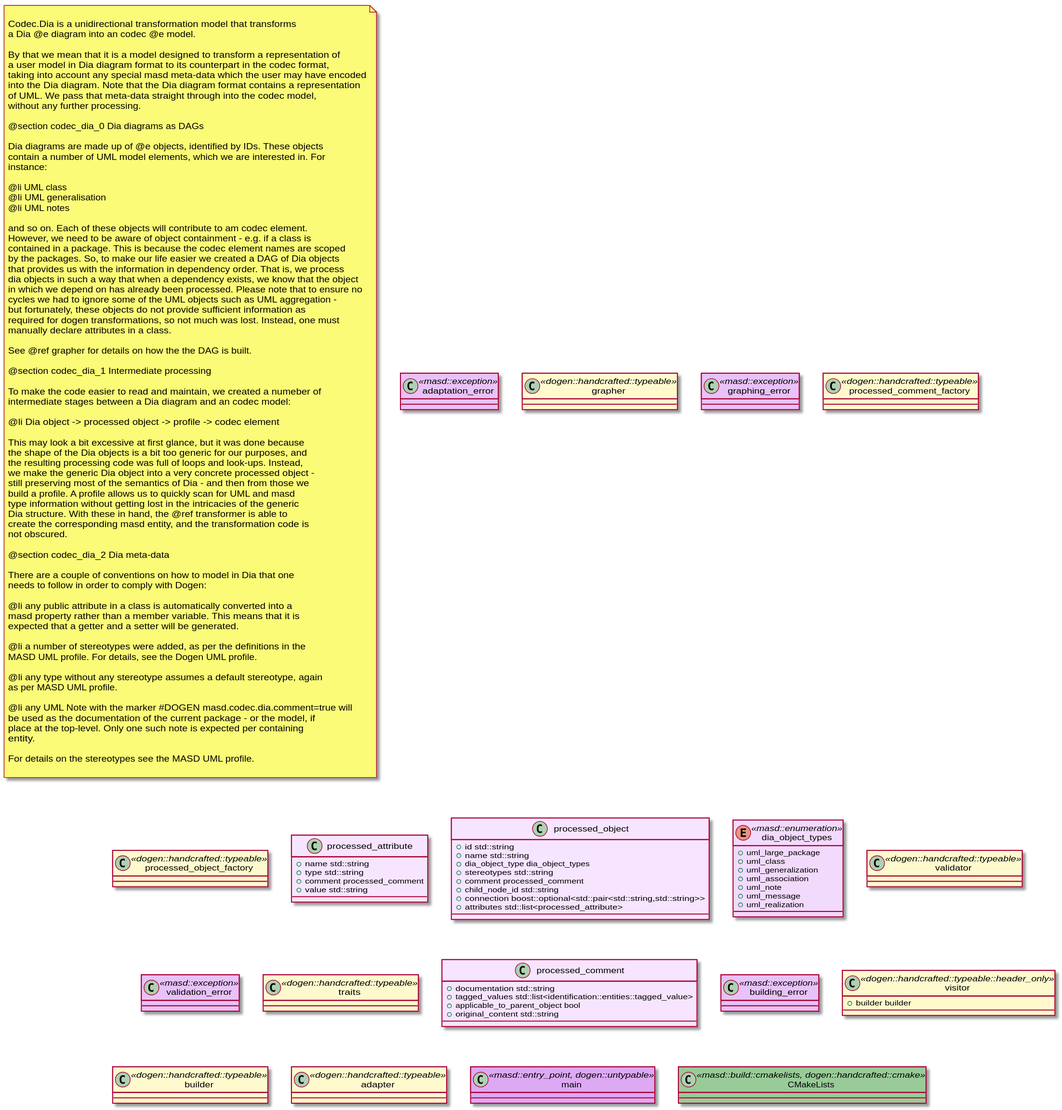
Earlier version of the PlantUML export projects/dogen.models/plantuml/dogen.codec.dia.svg (MASD-Project/dogen). Source of this version:
```plantuml
@startuml
set namespaceSeparator ::
note as N1

Codec.Dia is a unidirectional transformation model that transforms
a Dia @e diagram into an codec @e model.

By that we mean that it is a model designed to transform a representation of
a user model in Dia diagram format to its counterpart in the codec format,
taking into account any special masd meta-data which the user may have encoded
into the Dia diagram. Note that the Dia diagram format contains a representation
of UML. We pass that meta-data straight through into the codec model,
without any further processing.

@section codec_dia_0 Dia diagrams as DAGs

Dia diagrams are made up of @e objects, identified by IDs. These objects
contain a number of UML model elements, which we are interested in. For
instance:

@li UML class
@li UML generalisation
@li UML notes

and so on. Each of these objects will contribute to am codec element.
However, we need to be aware of object containment - e.g. if a class is
contained in a package. This is because the codec element names are scoped
by the packages. So, to make our life easier we created a DAG of Dia objects
that provides us with the information in dependency order. That is, we process
dia objects in such a way that when a dependency exists, we know that the object
in which we depend on has already been processed. Please note that to ensure no
cycles we had to ignore some of the UML objects such as UML aggregation -
but fortunately, these objects do not provide sufficient information as
required for dogen transformations, so not much was lost. Instead, one must
manually declare attributes in a class.

See @ref grapher for details on how the the DAG is built.

@section codec_dia_1 Intermediate processing

To make the code easier to read and maintain, we created a numeber of
intermediate stages between a Dia diagram and an codec model:

@li Dia object -> processed object -> profile -> codec element

This may look a bit excessive at first glance, but it was done because
the shape of the Dia objects is a bit too generic for our purposes, and
the resulting processing code was full of loops and look-ups. Instead,
we make the generic Dia object into a very concrete processed object -
still preserving most of the semantics of Dia - and then from those we
build a profile. A profile allows us to quickly scan for UML and masd
type information without getting lost in the intricacies of the generic
Dia structure. With these in hand, the @ref transformer is able to
create the corresponding masd entity, and the transformation code is
not obscured.

@section codec_dia_2 Dia meta-data

There are a couple of conventions on how to model in Dia that one
needs to follow in order to comply with Dogen:

@li any public attribute in a class is automatically converted into a
masd property rather than a member variable. This means that it is
expected that a getter and a setter will be generated.

@li a number of stereotypes were added, as per the definitions in the
MASD UML profile. For details, see the Dogen UML profile.

@li any type without any stereotype assumes a default stereotype, again
as per MASD UML profile.

@li any UML Note with the marker #DOGEN masd.codec.dia.comment=true will
be used as the documentation of the current package - or the model, if
place at the top-level. Only one such note is expected per containing
entity.

For details on the stereotypes see the MASD UML profile.

end note

class adaptation_error <<masd::exception>> #E8C2F8 {
}

class grapher <<dogen::handcrafted::typeable>> #FFFACD {
}

class graphing_error <<masd::exception>> #E8C2F8 {
}

class processed_comment_factory <<dogen::handcrafted::typeable>> #FFFACD {
}

class processed_object_factory <<dogen::handcrafted::typeable>> #FFFACD {
}

class processed_attribute #F7E5FF {
        +{field} name std::string
        +{field} type std::string
        +{field} comment processed_comment
        +{field} value std::string
}

class processed_object #F7E5FF {
        +{field} id std::string
        +{field} name std::string
        +{field} dia_object_type dia_object_types
        +{field} stereotypes std::string
        +{field} comment processed_comment
        +{field} child_node_id std::string
        +{field} connection boost::optional<std::pair<std::string,std::string>>
        +{field} attributes std::list<processed_attribute>
}

enum dia_object_types <<masd::enumeration>> #F2DAFD {
        +{field} uml_large_package
        +{field} uml_class
        +{field} uml_generalization
        +{field} uml_association
        +{field} uml_note
        +{field} uml_message
        +{field} uml_realization
}

class validator <<dogen::handcrafted::typeable>> #FFFACD {
}

class validation_error <<masd::exception>> #E8C2F8 {
}

class traits <<dogen::handcrafted::typeable>> #FFFACD {
}

class processed_comment #F7E5FF {
        +{field} documentation std::string
        +{field} tagged_values std::list<identification::entities::tagged_value>
        +{field} applicable_to_parent_object bool
        +{field} original_content std::string
}

class building_error <<masd::exception>> #E8C2F8 {
}

class visitor <<dogen::handcrafted::typeable::header_only>> #FFFACD {
        +{field} builder builder
}

class builder <<dogen::handcrafted::typeable>> #FFFACD {
}

class adapter <<dogen::handcrafted::typeable>> #FFFACD {
}

class main <<masd::entry_point, dogen::untypable>> #DDA9F3 {
}

class CMakeLists <<masd::build::cmakelists, dogen::handcrafted::cmake>> #99CB99 {
}

@enduml
```
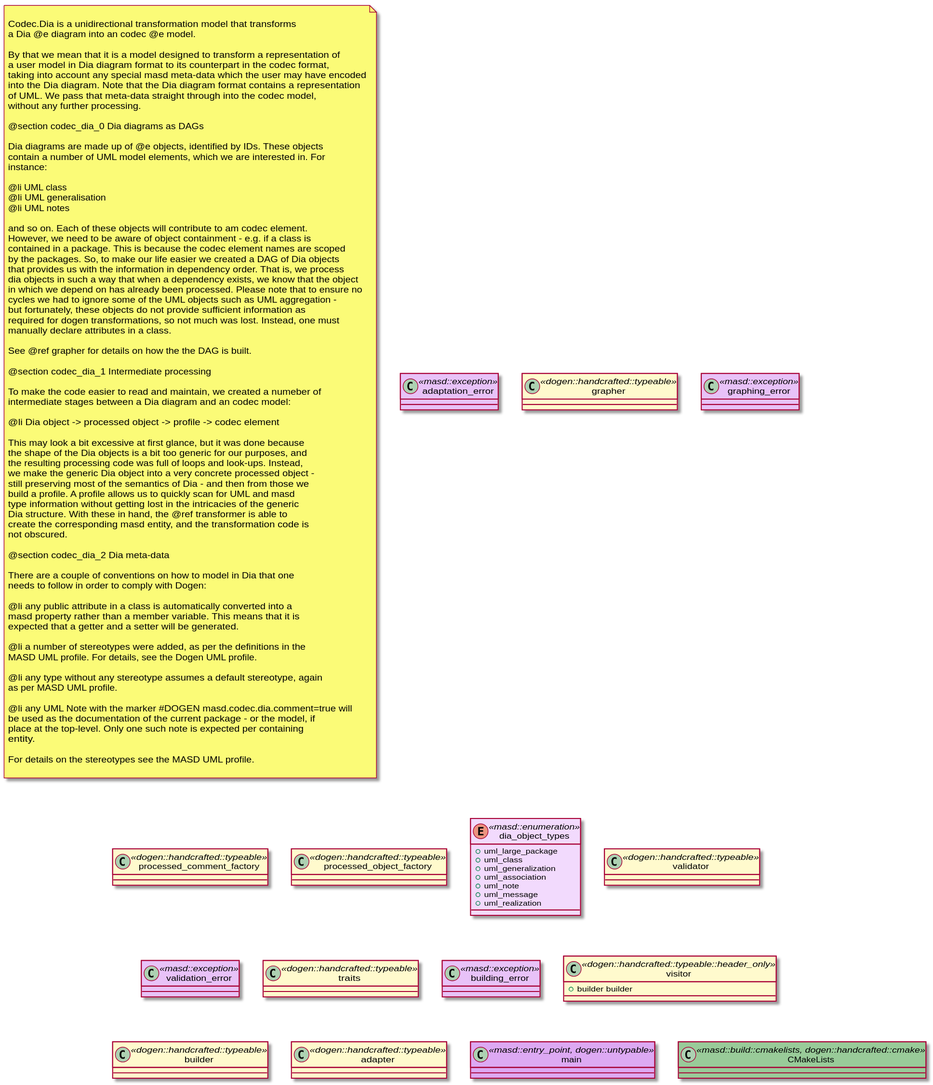
The same diagram one commit later.

What changed in the source:
```diff
@@ -93,24 +93,6 @@
 class processed_object_factory <<dogen::handcrafted::typeable>> #FFFACD {
 }
 
-class processed_attribute #F7E5FF {
-        +{field} name std::string
-        +{field} type std::string
-        +{field} comment processed_comment
-        +{field} value std::string
-}
-
-class processed_object #F7E5FF {
-        +{field} id std::string
-        +{field} name std::string
-        +{field} dia_object_type dia_object_types
-        +{field} stereotypes std::string
-        +{field} comment processed_comment
-        +{field} child_node_id std::string
-        +{field} connection boost::optional<std::pair<std::string,std::string>>
-        +{field} attributes std::list<processed_attribute>
-}
-
 enum dia_object_types <<masd::enumeration>> #F2DAFD {
         +{field} uml_large_package
         +{field} uml_class
@@ -128,13 +110,6 @@
 }
 
 class traits <<dogen::handcrafted::typeable>> #FFFACD {
-}
-
-class processed_comment #F7E5FF {
-        +{field} documentation std::string
-        +{field} tagged_values std::list<identification::entities::tagged_value>
-        +{field} applicable_to_parent_object bool
-        +{field} original_content std::string
 }
 
 class building_error <<masd::exception>> #E8C2F8 {
```
